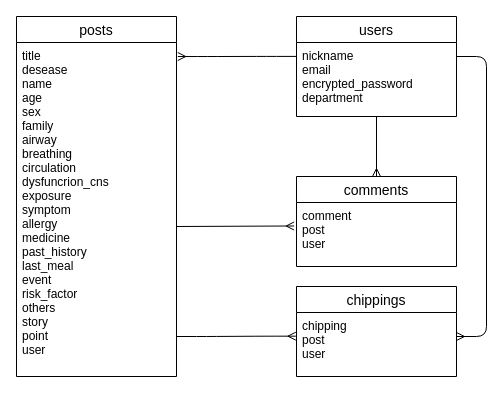
This is fastory.dio from iSi2aka/fastory, a draw.io file, before an edit. Source tidied: cells renumbered, new cells numbered last; positions are measured from the earlier drawing's top-left corner, leaving out a move shared by most shapes. Both pictures are drawn from the tidied source at 100%, with x=0, y=0 at pixel (16, 16).
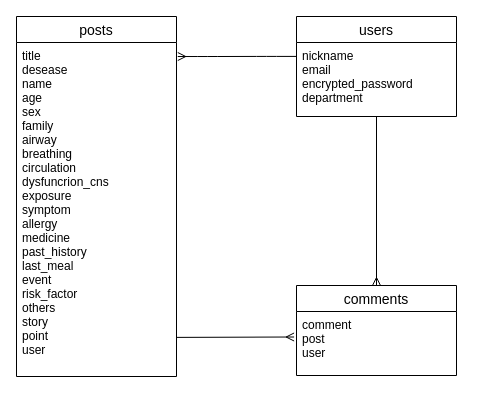
The same diagram, later.

Diff of the diagram source:
```diff
@@
 <mxGraphModel>
   <root>
     <mxCell id="0" />
     <mxCell id="1" parent="0" />
     <mxCell id="2" value="posts" style="swimlane;fontStyle=0;horizontal=1;startSize=26;align=center;fontSize=14;" parent="1" vertex="1">
       <mxGeometry width="160" height="360" as="geometry" />
     </mxCell>
     <mxCell id="3" value="title&#10;desease&#10;name&#10;age&#10;sex&#10;family&#10;airway&#10;breathing&#10;circulation&#10;dysfuncrion_cns&#10;exposure&#10;symptom&#10;allergy&#10;medicine&#10;past_history&#10;last_meal&#10;event&#10;risk_factor&#10;others&#10;story&#10;point&#10;user" style="text;strokeColor=none;fillColor=none;spacingLeft=4;spacingRight=4;overflow=hidden;points=[[0,0.5],[1,0.5]];portConstraint=eastwest;fontSize=12;" parent="2" vertex="1">
       <mxGeometry y="26" width="160" height="334" as="geometry" />
     </mxCell>
     <mxCell id="4" value="users" style="swimlane;fontStyle=0;horizontal=1;startSize=26;align=center;fontSize=14;" parent="1" vertex="1">
       <mxGeometry x="280" width="160" height="100" as="geometry" />
     </mxCell>
     <mxCell id="5" value="nickname&#10;email&#10;encrypted_password&#10;department" style="text;strokeColor=none;fillColor=none;spacingLeft=4;spacingRight=4;overflow=hidden;points=[[0,0.5],[1,0.5]];portConstraint=eastwest;fontSize=12;" parent="4" vertex="1">
       <mxGeometry y="26" width="160" height="74" as="geometry" />
     </mxCell>
-    <mxCell id="6" value="chippings" style="swimlane;fontStyle=0;horizontal=1;startSize=26;align=center;fontSize=14;" parent="1" vertex="1">
-      <mxGeometry x="280" y="270" width="160" height="90" as="geometry" />
-    </mxCell>
-    <mxCell id="7" value="chipping&#10;post&#10;user" style="text;strokeColor=none;fillColor=none;spacingLeft=4;spacingRight=4;overflow=hidden;points=[[0,0.5],[1,0.5]];portConstraint=eastwest;fontSize=12;" parent="6" vertex="1">
-      <mxGeometry y="26" width="160" height="64" as="geometry" />
-    </mxCell>
-    <mxCell id="8" style="edgeStyle=entityRelationEdgeStyle;fontSize=12;html=1;endArrow=ERmany;entryX=-0.004;entryY=0.37;entryDx=0;entryDy=0;entryPerimeter=0;" parent="1" edge="1" target="7">
-      <mxGeometry relative="1" as="geometry">
-        <mxPoint x="160" y="320" as="sourcePoint" />
-      </mxGeometry>
-    </mxCell>
-    <mxCell id="9" style="edgeStyle=entityRelationEdgeStyle;fontSize=12;html=1;endArrow=ERmany;entryX=1;entryY=0.375;entryDx=0;entryDy=0;entryPerimeter=0;" parent="1" edge="1" target="7">
-      <mxGeometry relative="1" as="geometry">
-        <mxPoint x="440" y="40" as="sourcePoint" />
-      </mxGeometry>
-    </mxCell>
     <mxCell id="10" style="edgeStyle=entityRelationEdgeStyle;fontSize=12;html=1;endArrow=ERmany;entryX=1.008;entryY=0.042;entryDx=0;entryDy=0;entryPerimeter=0;exitX=0;exitY=0.188;exitDx=0;exitDy=0;exitPerimeter=0;" parent="1" edge="1" source="5" target="3">
       <mxGeometry relative="1" as="geometry" />
     </mxCell>
     <mxCell id="11" value="comments" style="swimlane;fontStyle=0;horizontal=1;startSize=26;align=center;fontSize=14;" parent="1" vertex="1">
-      <mxGeometry x="280" y="160" width="160" height="90" as="geometry" />
+      <mxGeometry x="280" y="269" width="160" height="90" as="geometry" />
     </mxCell>
     <mxCell id="12" value="comment&#10;post&#10;user" style="text;strokeColor=none;fillColor=none;spacingLeft=4;spacingRight=4;overflow=hidden;points=[[0,0.5],[1,0.5]];portConstraint=eastwest;fontSize=12;" parent="11" vertex="1">
       <mxGeometry y="26" width="160" height="64" as="geometry" />
     </mxCell>
-    <mxCell id="13" style="fontSize=12;html=1;endArrow=ERmany;entryX=-0.015;entryY=0.367;entryDx=0;entryDy=0;entryPerimeter=0;" parent="1" edge="1" target="12">
+    <mxCell id="13" style="fontSize=12;html=1;endArrow=ERmany;entryX=-0.015;entryY=0.367;entryDx=0;entryDy=0;entryPerimeter=0;exitX=0.999;exitY=0.88;exitDx=0;exitDy=0;exitPerimeter=0;" parent="1" edge="1">
       <mxGeometry relative="1" as="geometry">
-        <mxPoint x="160" y="210" as="sourcePoint" />
+        <mxPoint x="159.8" y="320.9" as="sourcePoint" />
+        <mxPoint x="277.6" y="320.5" as="targetPoint" />
       </mxGeometry>
     </mxCell>
     <mxCell id="14" style="fontSize=12;html=1;endArrow=ERmany;entryX=0.5;entryY=0;entryDx=0;entryDy=0;" parent="1" edge="1" target="11">
       <mxGeometry relative="1" as="geometry">
         <mxPoint x="360" y="100" as="sourcePoint" />
       </mxGeometry>
     </mxCell>
   </root>
 </mxGraphModel>
```
